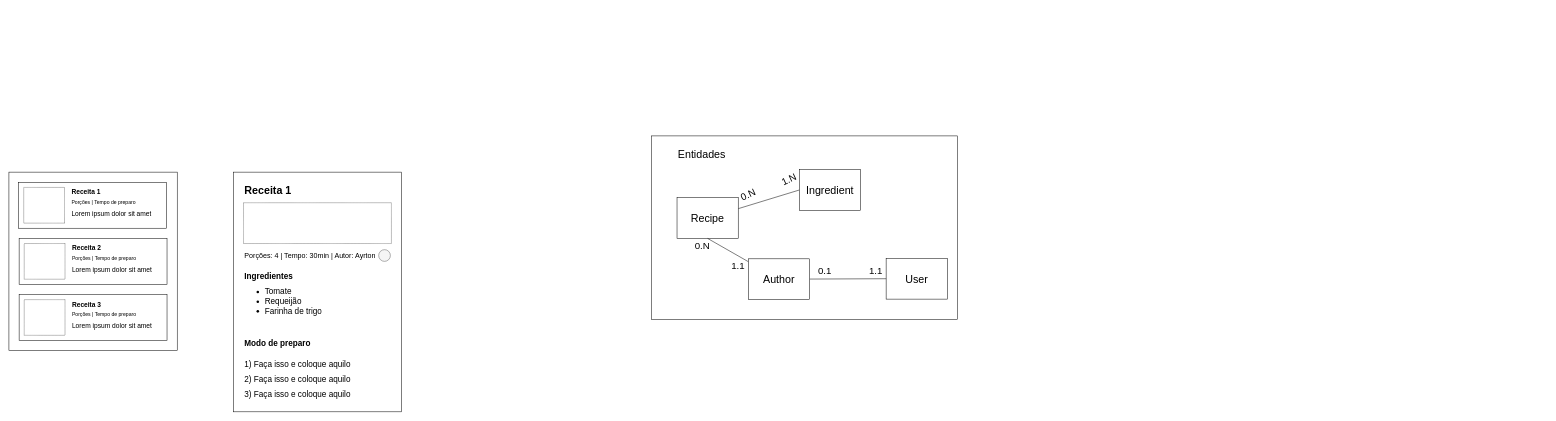
The draw.io diagram projeto-1/desenho.drawio in jsraiz/Modulo-OOP, before the edit. Source tidied: cells renumbered, new cells numbered last; positions are measured from the earlier drawing's top-left corner, leaving out a move shared by most shapes. Both pictures are drawn from the tidied source at 51%, with x=0, y=0 at pixel (9, 136).
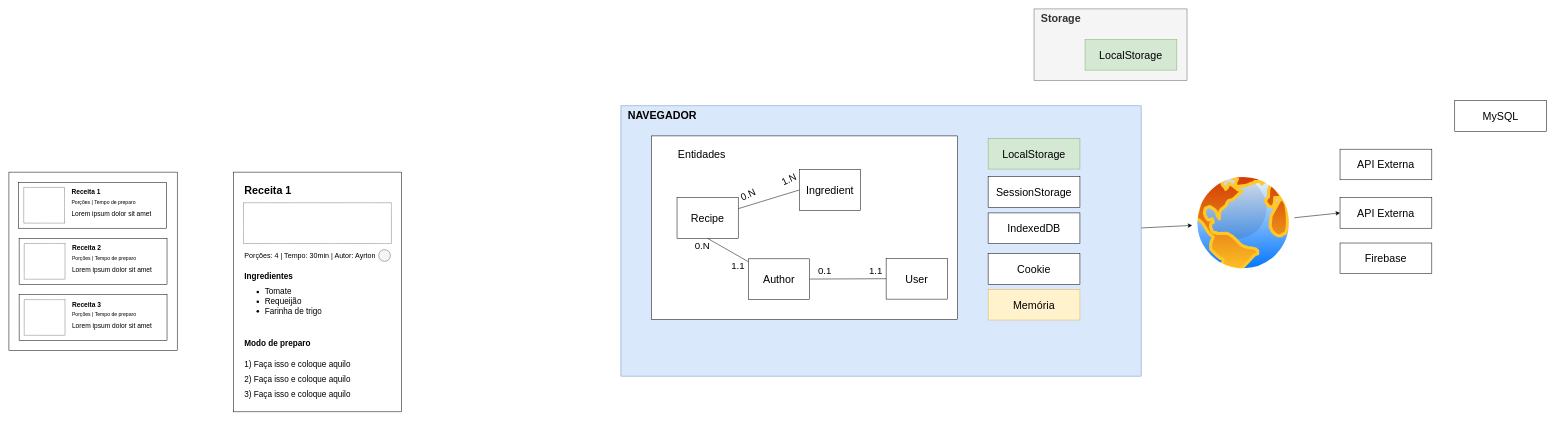
After the change.

Commit message (it also covers changes not shown here):
aula 26 - Storage

Change to the diagram source:
```diff
@@
+    <mxCell id="41" value="&amp;nbsp; &lt;b&gt;Storage&lt;/b&gt;" style="rounded=0;whiteSpace=wrap;html=1;fontSize=21;fillColor=#f5f5f5;fontColor=#333333;strokeColor=#666666;verticalAlign=top;align=left;" parent="1" vertex="1">
+      <mxGeometry x="2010" y="-249" width="300" height="140" as="geometry" />
+    </mxCell>
+    <mxCell id="42" style="edgeStyle=none;html=1;fontSize=21;" parent="1" edge="1" source="43" target="50">
+      <mxGeometry relative="1" as="geometry" />
+    </mxCell>
+    <mxCell id="43" value="&amp;nbsp; &lt;b&gt;NAVEGADOR&lt;/b&gt;" style="rounded=0;whiteSpace=wrap;html=1;fontSize=21;fillColor=#dae8fc;strokeColor=#6c8ebf;verticalAlign=top;align=left;" parent="1" vertex="1">
+      <mxGeometry x="1200" y="-59" width="1020" height="530" as="geometry" />
+    </mxCell>
@@
+    <mxCell id="44" value="LocalStorage" style="rounded=0;whiteSpace=wrap;html=1;fontSize=21;fillColor=#d5e8d4;strokeColor=#82b366;" parent="1" vertex="1">
+      <mxGeometry x="1920" y="5" width="180" height="60" as="geometry" />
+    </mxCell>
+    <mxCell id="45" value="SessionStorage" style="rounded=0;whiteSpace=wrap;html=1;fontSize=21;" parent="1" vertex="1">
+      <mxGeometry x="1920" y="80" width="180" height="60" as="geometry" />
+    </mxCell>
+    <mxCell id="46" value="IndexedDB" style="rounded=0;whiteSpace=wrap;html=1;fontSize=21;" parent="1" vertex="1">
+      <mxGeometry x="1920" y="151" width="180" height="60" as="geometry" />
+    </mxCell>
+    <mxCell id="47" value="Cookie" style="rounded=0;whiteSpace=wrap;html=1;fontSize=21;" parent="1" vertex="1">
+      <mxGeometry x="1920" y="231" width="180" height="60" as="geometry" />
+    </mxCell>
+    <mxCell id="48" value="Memória" style="rounded=0;whiteSpace=wrap;html=1;fontSize=21;fillColor=#fff2cc;strokeColor=#d6b656;" parent="1" vertex="1">
+      <mxGeometry x="1920" y="301" width="180" height="60" as="geometry" />
+    </mxCell>
+    <mxCell id="49" style="edgeStyle=none;html=1;entryX=0;entryY=0.5;entryDx=0;entryDy=0;fontSize=21;" parent="1" edge="1" source="50" target="52">
+      <mxGeometry relative="1" as="geometry" />
+    </mxCell>
+    <mxCell id="50" style="perimeter=ellipsePerimeter;html=1;align=center;shadow=0;dashed=0;spacingTop=3;image;image=img/lib/active_directory/internet_globe.svg;fontSize=21;" parent="1" vertex="1">
+      <mxGeometry x="2320" y="70" width="201" height="201" as="geometry" />
+    </mxCell>
+    <mxCell id="51" value="API Externa" style="rounded=0;whiteSpace=wrap;html=1;fontSize=21;" parent="1" vertex="1">
+      <mxGeometry x="2610" y="26" width="180" height="60" as="geometry" />
+    </mxCell>
+    <mxCell id="52" value="API Externa" style="rounded=0;whiteSpace=wrap;html=1;fontSize=21;" parent="1" vertex="1">
+      <mxGeometry x="2610" y="121" width="180" height="60" as="geometry" />
+    </mxCell>
+    <mxCell id="53" value="Firebase" style="rounded=0;whiteSpace=wrap;html=1;fontSize=21;" parent="1" vertex="1">
+      <mxGeometry x="2610" y="210" width="180" height="60" as="geometry" />
+    </mxCell>
+    <mxCell id="54" value="MySQL" style="rounded=0;whiteSpace=wrap;html=1;fontSize=21;" parent="1" vertex="1">
+      <mxGeometry x="2835" y="-69" width="180" height="60" as="geometry" />
+    </mxCell>
+    <mxCell id="55" value="LocalStorage" style="rounded=0;whiteSpace=wrap;html=1;fontSize=21;fillColor=#d5e8d4;strokeColor=#82b366;" parent="1" vertex="1">
+      <mxGeometry x="2110" y="-189" width="180" height="60" as="geometry" />
+    </mxCell>
```
